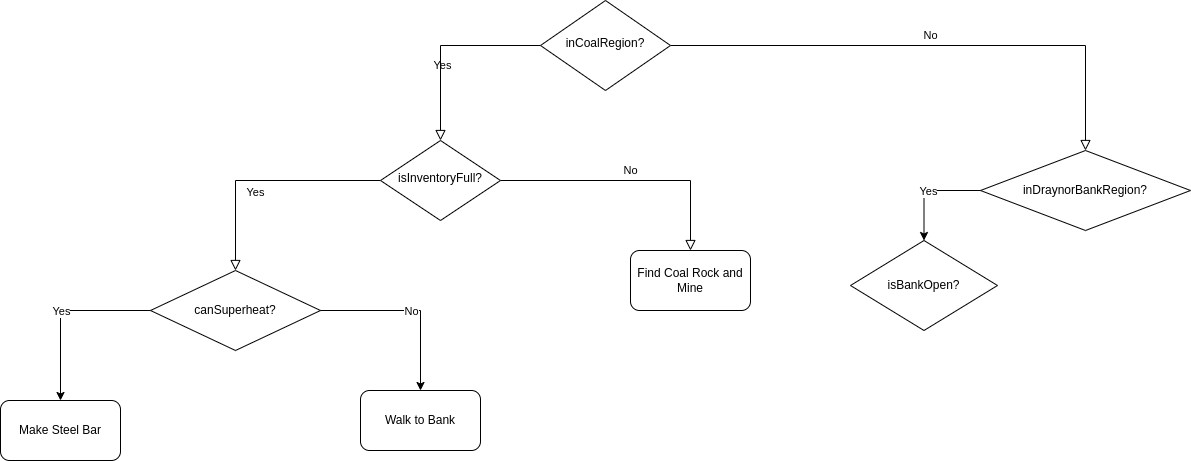
Above: flowchart.png in palyfight/superheat-bot (draw.io), before the change. Source tidied: cells renumbered, new cells last; positions are measured from the earlier drawing's top-left corner, leaving out a move shared by most shapes.
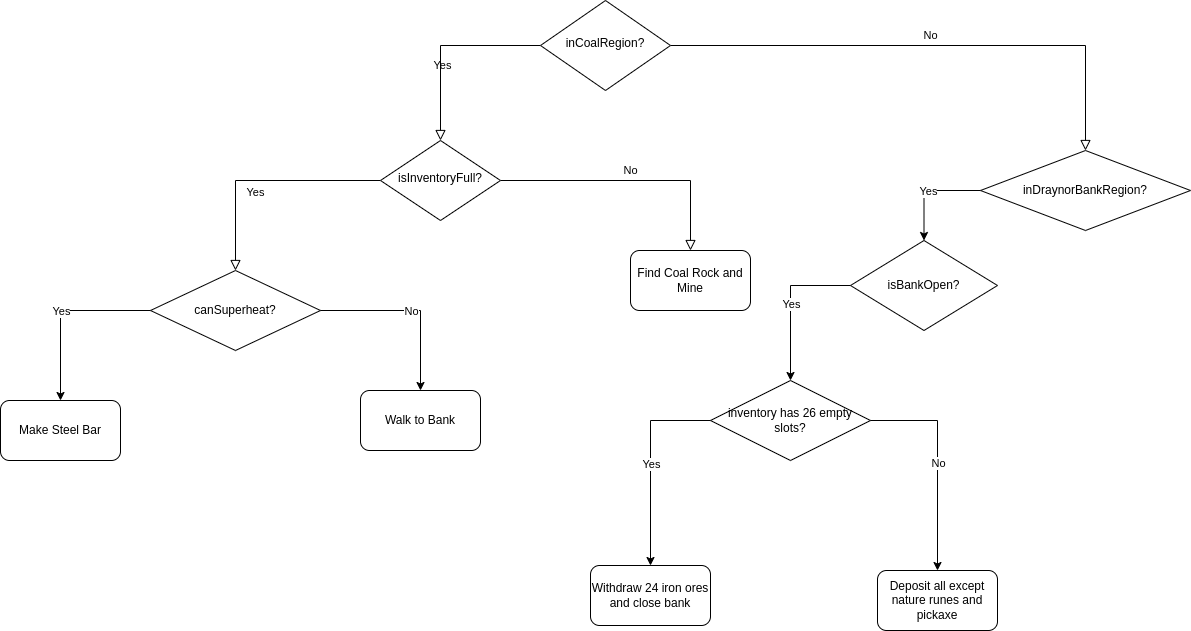
The same diagram one commit later.

The edit, as a diff of the source:
```diff
@@ -61,5 +61,32 @@
     <mxCell id="19" value="isBankOpen?" style="rhombus;whiteSpace=wrap;html=1;" parent="1" vertex="1">
       <mxGeometry x="850" y="240" width="147" height="90" as="geometry" />
     </mxCell>
+    <mxCell id="20" style="endArrow=classic;html=1;rounded=0;exitX=0;exitY=0.5;exitDx=0;exitDy=0;edgeStyle=orthogonalEdgeStyle;" parent="1" edge="1" source="19" target="22">
+      <mxGeometry relative="1" as="geometry" />
+    </mxCell>
+    <mxCell id="21" value="Yes" style="edgeLabel;html=1;align=center;verticalAlign=middle;" parent="20" vertex="1">
+      <mxGeometry relative="1" as="geometry" />
+    </mxCell>
+    <mxCell id="22" value="inventory has 26 empty slots?" style="rhombus;whiteSpace=wrap;html=1;" parent="1" vertex="1">
+      <mxGeometry x="710" y="380" width="160" height="80" as="geometry" />
+    </mxCell>
+    <mxCell id="23" style="endArrow=classic;html=1;rounded=0;exitX=0;exitY=0.5;exitDx=0;exitDy=0;edgeStyle=orthogonalEdgeStyle;" parent="1" edge="1" source="22" target="28">
+      <mxGeometry relative="1" as="geometry" />
+    </mxCell>
+    <mxCell id="24" value="Yes" style="edgeLabel;html=1;align=center;verticalAlign=middle;" parent="23" vertex="1">
+      <mxGeometry relative="1" as="geometry" />
+    </mxCell>
+    <mxCell id="25" style="endArrow=classic;html=1;rounded=0;exitX=1;exitY=0.5;exitDx=0;exitDy=0;edgeStyle=orthogonalEdgeStyle;" parent="1" edge="1" source="22" target="27">
+      <mxGeometry relative="1" as="geometry" />
+    </mxCell>
+    <mxCell id="26" value="No" style="edgeLabel;html=1;align=center;verticalAlign=middle;" parent="25" vertex="1">
+      <mxGeometry relative="1" as="geometry" />
+    </mxCell>
+    <mxCell id="27" value="Deposit all except nature runes and pickaxe" style="rounded=1;whiteSpace=wrap;html=1;" parent="1" vertex="1">
+      <mxGeometry x="877" y="570" width="120" height="60" as="geometry" />
+    </mxCell>
+    <mxCell id="28" value="Withdraw 24 iron ores&lt;br style=&quot;border-color: var(--border-color);&quot;&gt;and close bank" style="rounded=1;whiteSpace=wrap;html=1;" parent="1" vertex="1">
+      <mxGeometry x="590" y="565" width="120" height="60" as="geometry" />
+    </mxCell>
   </root>
 </mxGraphModel>
```
